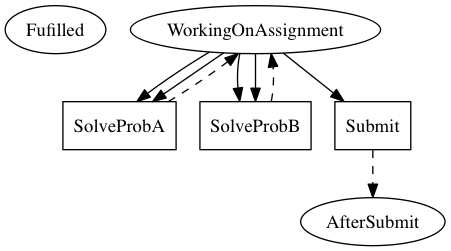
This is linear_state_machine_language/pyL4/examples_graphviz_out/toy_and_teaching/partner_assignment_relievable_obligations.png from Marcao02/complaw-deeptech, a Graphviz export, as it was before one commit. Its source is kept beside it as linear_state_machine_language/pyL4/examples_graphviz_out/toy_and_teaching/partner_assignment_relievable_obligations.dot. The source it was exported from:
```dot

digraph partner_assignment_demonstrating_relievable_obligations {
    Fulfilled[label=Fufilled];
    WorkingOnAssignment[label=WorkingOnAssignment]


    SolveProbA[label=SolveProbA,shape=box];
	SolveProbB[label=SolveProbB,shape=box];
	Submit[label=Submit,shape=box]



    WorkingOnAssignment -> SolveProbA;
	WorkingOnAssignment -> SolveProbB;
	WorkingOnAssignment -> Submit;
	WorkingOnAssignment -> SolveProbB;
	WorkingOnAssignment -> SolveProbA

    SolveProbA -> WorkingOnAssignment [style=dashed];
	SolveProbB -> WorkingOnAssignment [style=dashed];
	Submit -> AfterSubmit [style=dashed];



}
```
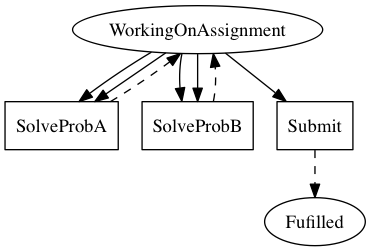
Later version of the same file.

The edit, as a diff of the source:
```diff
@@ -18,7 +18,7 @@
 
     SolveProbA -> WorkingOnAssignment [style=dashed];
 	SolveProbB -> WorkingOnAssignment [style=dashed];
-	Submit -> AfterSubmit [style=dashed];
+	Submit -> Fulfilled [style=dashed];
 
 
 
```
